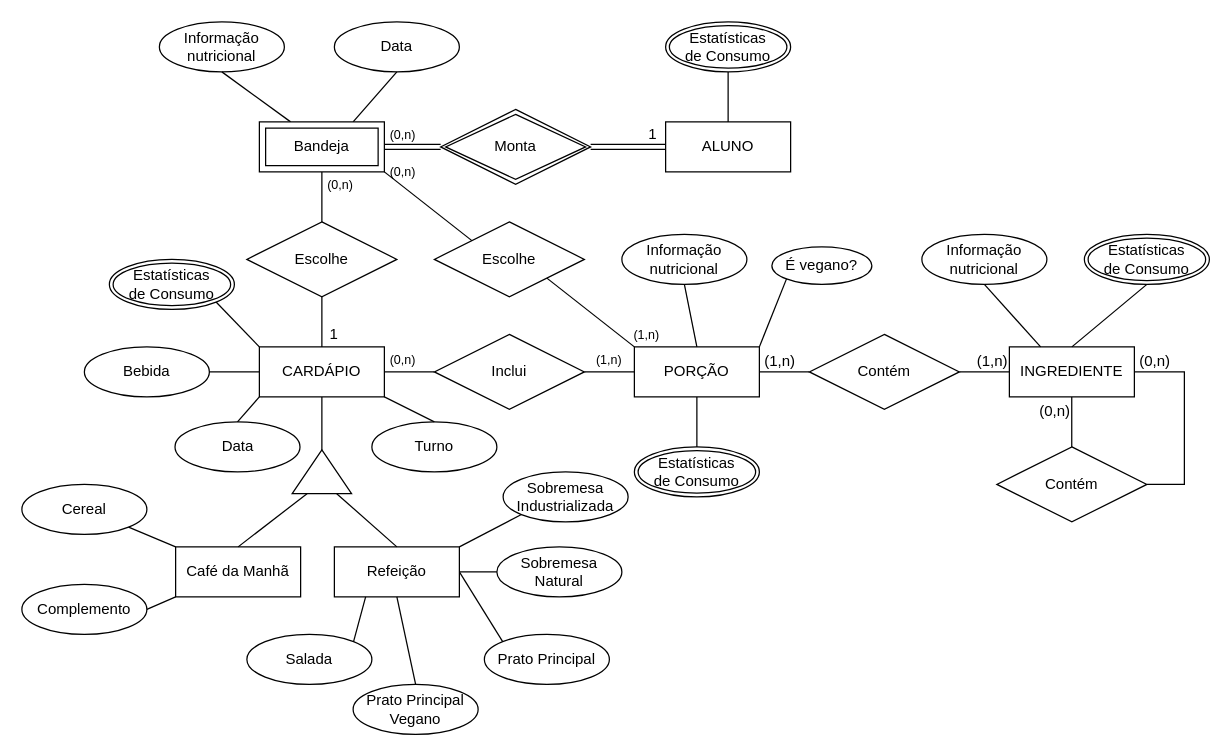
Earlier version of the draw.io diagram lab02_ER.drawio (uniaovasko/vasco). Source tidied: cells renumbered, new cells numbered last; positions are measured from the earlier drawing's top-left corner, leaving out a move shared by most shapes. Both pictures are drawn from the tidied source at 125%, with x=0, y=0 at pixel (21, 21).
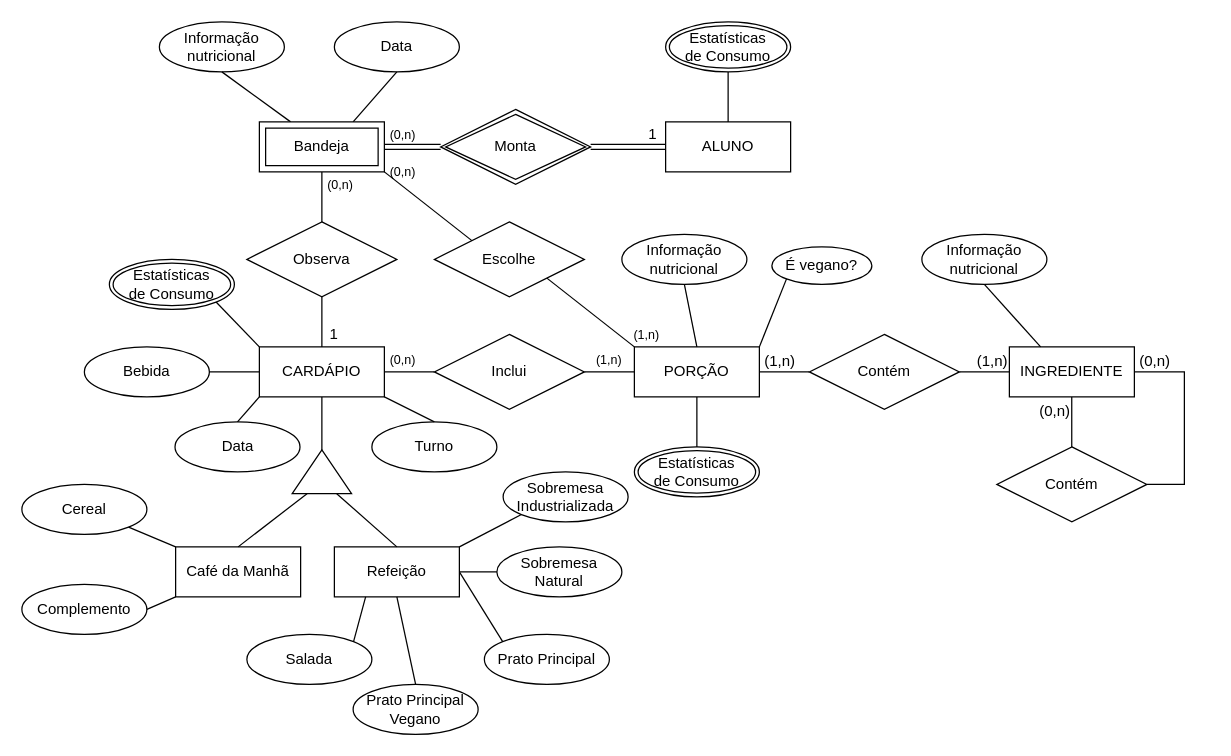
After the change.

Unchanged cells that the change refers to:
```xml
<mxCell id="5" value="INGREDIENTE" style="whiteSpace=wrap;html=1;align=center;" parent="1" vertex="1">
  <mxGeometry x="790" y="260" width="100" height="40" as="geometry" />
</mxCell>
```

Diff of the diagram source:
```diff
@@
-    <mxCell id="25" style="endArrow=none;html=1;rounded=0;exitX=0.5;exitY=0;exitDx=0;exitDy=0;entryX=0.5;entryY=1;entryDx=0;entryDy=0;" parent="1" edge="1" source="5" target="57">
-      <mxGeometry relative="1" as="geometry" />
-    </mxCell>
@@
-    <mxCell id="57" value="&lt;div&gt;Estatísticas&lt;/div&gt;&lt;div&gt;de Consumo&lt;br&gt;&lt;/div&gt;" style="ellipse;shape=doubleEllipse;margin=3;whiteSpace=wrap;html=1;align=center;" parent="1" vertex="1">
-      <mxGeometry x="850" y="170" width="100" height="40" as="geometry" />
-    </mxCell>
@@
-    <mxCell id="60" value="Escolhe" style="shape=rhombus;perimeter=rhombusPerimeter;whiteSpace=wrap;html=1;align=center;" parent="1" vertex="1">
+    <mxCell id="60" value="&lt;div&gt;Observa&lt;/div&gt;" style="shape=rhombus;perimeter=rhombusPerimeter;whiteSpace=wrap;html=1;align=center;" parent="1" vertex="1">
       <mxGeometry x="180" y="160" width="120" height="60" as="geometry" />
     </mxCell>
```
